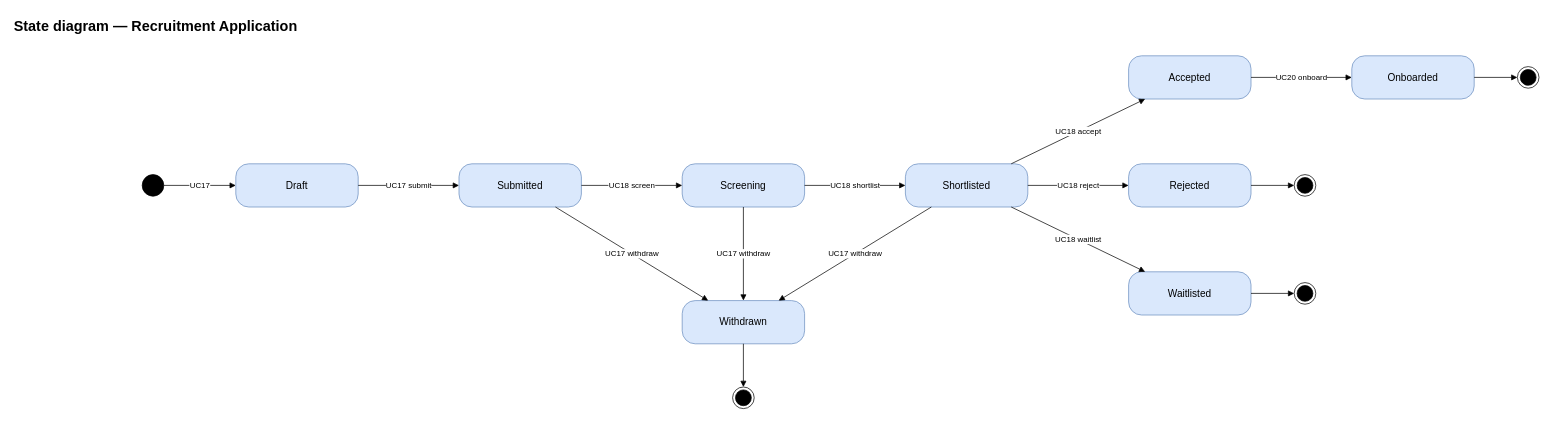
nvdekay/ClubManagementSystem keeps this draw.io diagram as page "Recruitment Application" (5 of 8) of docs/03-diagrams/UCMS_State_Diagrams.drawio. Above is the earlier version. Source tidied: cells renumbered, new cells numbered last; positions are measured from the earlier drawing's top-left corner, leaving out a move shared by most shapes. Both pictures are drawn from the tidied source at 72%, with x=0, y=0 at pixel (12, 12).
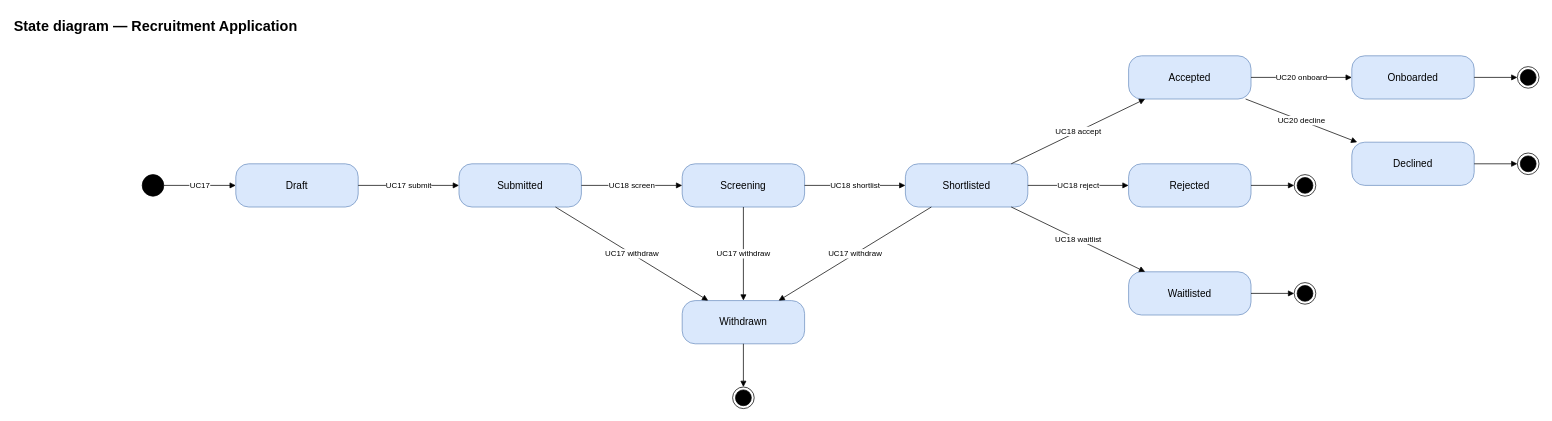
After the change.

The change refers to these unchanged cells:
```xml
<mxCell id="7" value="Accepted" style="rounded=1;arcSize=30;whiteSpace=wrap;html=1;fillColor=#dae8fc;strokeColor=#6c8ebf;fontSize=14;" parent="1" vertex="1">
  <mxGeometry x="1550" y="60" width="170" height="60" as="geometry" />
</mxCell>
```

Change to the diagram source:
```diff
@@
+    <mxCell id="32" value="Declined" style="rounded=1;arcSize=30;whiteSpace=wrap;html=1;fillColor=#dae8fc;strokeColor=#6c8ebf;fontSize=14;" parent="1" vertex="1">
+      <mxGeometry x="1860" y="180" width="170" height="60" as="geometry" />
+    </mxCell>
+    <mxCell id="33" style="ellipse;html=1;shape=endState;fillColor=#000000;strokeColor=#000000;" parent="1" vertex="1">
+      <mxGeometry x="2090" y="195" width="30" height="30" as="geometry" />
+    </mxCell>
+    <mxCell id="34" value="UC20 decline" style="endArrow=block;endFill=1;html=1;rounded=0;fontSize=11;labelBackgroundColor=#ffffff;" parent="1" edge="1" source="7" target="32">
+      <mxGeometry relative="1" as="geometry" />
+    </mxCell>
+    <mxCell id="35" style="endArrow=block;endFill=1;html=1;rounded=0;fontSize=11;labelBackgroundColor=#ffffff;" parent="1" edge="1" source="32" target="33">
+      <mxGeometry relative="1" as="geometry" />
+    </mxCell>
```
